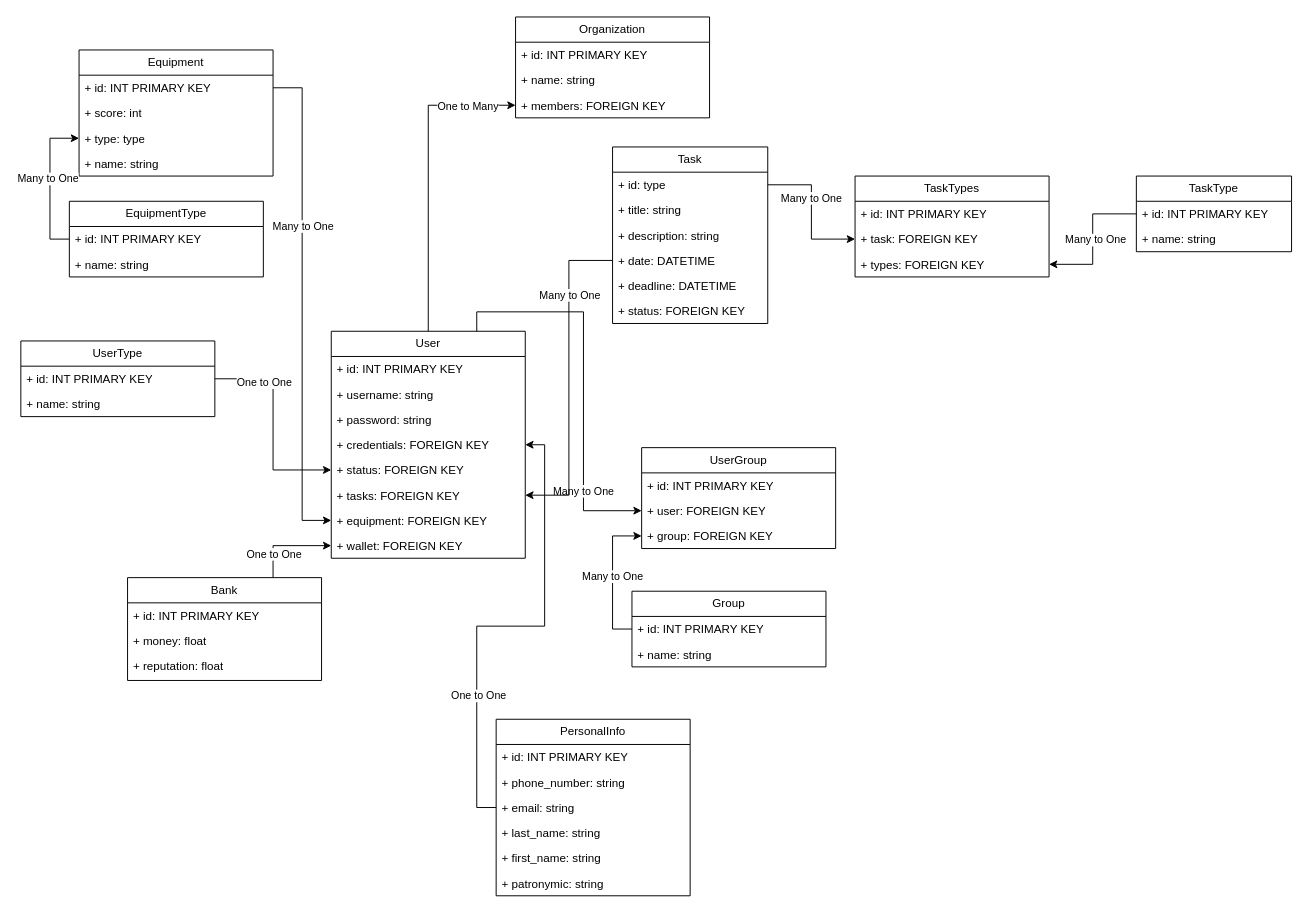
Before: LR1Diagram.drawio in NLShiro/BasedDannye, a draw.io diagram. Source tidied: cells renumbered, new cells numbered last; positions are measured from the earlier drawing's top-left corner, leaving out a move shared by most shapes. Both pictures are drawn from the tidied source at 97%, with x=0, y=0 at pixel (20, 16).
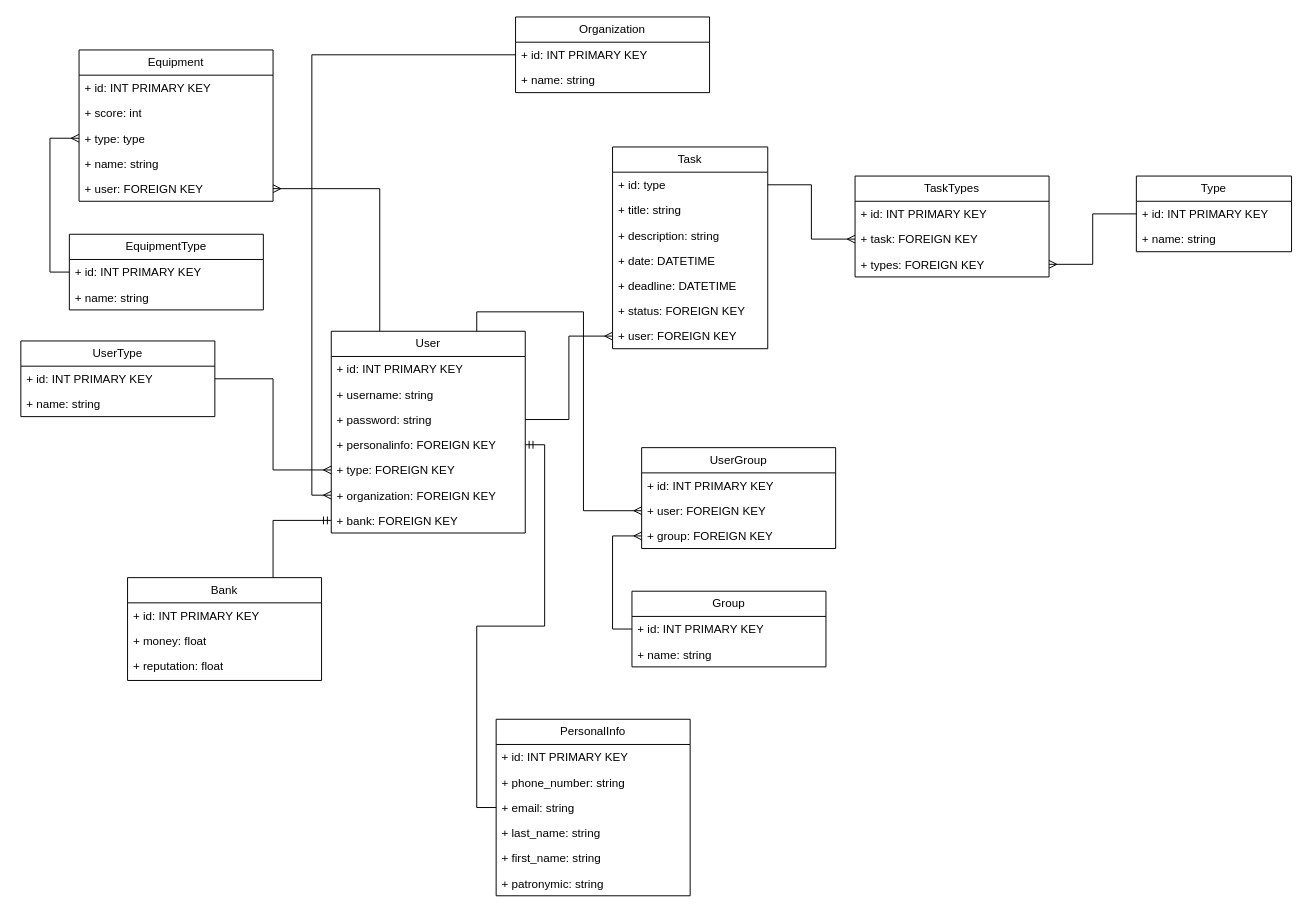
After the change.

The change refers to these unchanged cells:
```xml
<mxCell id="9" value="+ password: string" style="text;strokeColor=none;fillColor=none;align=left;verticalAlign=top;spacingLeft=4;spacingRight=4;overflow=hidden;points=[[0,0.5],[1,0.5]];portConstraint=eastwest;whiteSpace=wrap;html=1;" parent="6" vertex="1">
  <mxGeometry y="78" width="200" height="26" as="geometry" />
</mxCell>
<mxCell id="18" value="+ email: string" style="text;strokeColor=none;fillColor=none;align=left;verticalAlign=top;spacingLeft=4;spacingRight=4;overflow=hidden;points=[[0,0.5],[1,0.5]];portConstraint=eastwest;whiteSpace=wrap;html=1;" parent="15" vertex="1">
  <mxGeometry y="78" width="200" height="26" as="geometry" />
</mxCell>
<mxCell id="23" value="+ id: INT PRIMARY KEY" style="text;strokeColor=none;fillColor=none;align=left;verticalAlign=top;spacingLeft=4;spacingRight=4;overflow=hidden;points=[[0,0.5],[1,0.5]];portConstraint=eastwest;whiteSpace=wrap;html=1;" parent="22" vertex="1">
  <mxGeometry y="26" width="200" height="26" as="geometry" />
</mxCell>
<mxCell id="26" value="+ id: type" style="text;strokeColor=none;fillColor=none;align=left;verticalAlign=top;spacingLeft=4;spacingRight=4;overflow=hidden;points=[[0,0.5],[1,0.5]];portConstraint=eastwest;whiteSpace=wrap;html=1;" parent="25" vertex="1">
  <mxGeometry y="26" width="160" height="26" as="geometry" />
</mxCell>
<mxCell id="29" value="+ date: DATETIME" style="text;strokeColor=none;fillColor=none;align=left;verticalAlign=top;spacingLeft=4;spacingRight=4;overflow=hidden;points=[[0,0.5],[1,0.5]];portConstraint=eastwest;whiteSpace=wrap;html=1;" parent="25" vertex="1">
  <mxGeometry y="104" width="160" height="26" as="geometry" />
</mxCell>
<mxCell id="33" value="+ id: INT PRIMARY KEY" style="text;strokeColor=none;fillColor=none;align=left;verticalAlign=top;spacingLeft=4;spacingRight=4;overflow=hidden;points=[[0,0.5],[1,0.5]];portConstraint=eastwest;whiteSpace=wrap;html=1;" parent="32" vertex="1">
  <mxGeometry y="26" width="160" height="26" as="geometry" />
</mxCell>
<mxCell id="36" value="+ id: INT PRIMARY KEY" style="text;strokeColor=none;fillColor=none;align=left;verticalAlign=top;spacingLeft=4;spacingRight=4;overflow=hidden;points=[[0,0.5],[1,0.5]];portConstraint=eastwest;whiteSpace=wrap;html=1;" parent="35" vertex="1">
  <mxGeometry y="26" width="200" height="26" as="geometry" />
</mxCell>
<mxCell id="38" value="+ type: type" style="text;strokeColor=none;fillColor=none;align=left;verticalAlign=top;spacingLeft=4;spacingRight=4;overflow=hidden;points=[[0,0.5],[1,0.5]];portConstraint=eastwest;whiteSpace=wrap;html=1;" parent="35" vertex="1">
  <mxGeometry y="78" width="200" height="26" as="geometry" />
</mxCell>
<mxCell id="42" value="+ user: FOREIGN KEY" style="text;strokeColor=none;fillColor=none;align=left;verticalAlign=top;spacingLeft=4;spacingRight=4;overflow=hidden;points=[[0,0.5],[1,0.5]];portConstraint=eastwest;whiteSpace=wrap;html=1;" parent="40" vertex="1">
  <mxGeometry y="52" width="200" height="26" as="geometry" />
</mxCell>
<mxCell id="43" value="+ group: FOREIGN KEY" style="text;strokeColor=none;fillColor=none;align=left;verticalAlign=top;spacingLeft=4;spacingRight=4;overflow=hidden;points=[[0,0.5],[1,0.5]];portConstraint=eastwest;whiteSpace=wrap;html=1;" parent="40" vertex="1">
  <mxGeometry y="78" width="200" height="26" as="geometry" />
</mxCell>
<mxCell id="45" value="+ id: INT PRIMARY KEY" style="text;strokeColor=none;fillColor=none;align=left;verticalAlign=top;spacingLeft=4;spacingRight=4;overflow=hidden;points=[[0,0.5],[1,0.5]];portConstraint=eastwest;whiteSpace=wrap;html=1;" parent="44" vertex="1">
  <mxGeometry y="26" width="200" height="26" as="geometry" />
</mxCell>
<mxCell id="48" value="+ id: INT PRIMARY KEY" style="text;strokeColor=none;fillColor=none;align=left;verticalAlign=top;spacingLeft=4;spacingRight=4;overflow=hidden;points=[[0,0.5],[1,0.5]];portConstraint=eastwest;whiteSpace=wrap;html=1;" parent="47" vertex="1">
  <mxGeometry y="26" width="200" height="26" as="geometry" />
</mxCell>
<mxCell id="53" value="Bank" style="swimlane;fontStyle=0;horizontal=1;startSize=26;fillColor=none;whiteSpace=wrap;html=1;" parent="1" vertex="1">
  <mxGeometry x="110" y="578" width="200" height="106" as="geometry" />
</mxCell>
<mxCell id="58" value="+ id: INT PRIMARY KEY" style="text;strokeColor=none;fillColor=none;align=left;verticalAlign=top;spacingLeft=4;spacingRight=4;overflow=hidden;points=[[0,0.5],[1,0.5]];portConstraint=eastwest;whiteSpace=wrap;html=1;" parent="57" vertex="1">
  <mxGeometry y="26" width="200" height="26" as="geometry" />
</mxCell>
<mxCell id="74" value="+ task: FOREIGN KEY" style="text;strokeColor=none;fillColor=none;align=left;verticalAlign=top;spacingLeft=4;spacingRight=4;overflow=hidden;points=[[0,0.5],[1,0.5]];portConstraint=eastwest;whiteSpace=wrap;html=1;" parent="72" vertex="1">
  <mxGeometry y="52" width="200" height="26" as="geometry" />
</mxCell>
<mxCell id="75" value="+ types: FOREIGN KEY" style="text;strokeColor=none;fillColor=none;align=left;verticalAlign=top;spacingLeft=4;spacingRight=4;overflow=hidden;points=[[0,0.5],[1,0.5]];portConstraint=eastwest;whiteSpace=wrap;html=1;" parent="72" vertex="1">
  <mxGeometry y="78" width="200" height="26" as="geometry" />
</mxCell>
```

What changed in the source:
```diff
@@
-    <mxCell id="2" style="edgeStyle=orthogonalEdgeStyle;rounded=0;jettySize=auto;html=1;exitX=0.75;exitY=0;exitDx=0;exitDy=0;entryX=0;entryY=0.5;entryDx=0;entryDy=0;" parent="1" edge="1" source="6" target="42">
+    <mxCell id="2" style="edgeStyle=orthogonalEdgeStyle;rounded=0;jettySize=auto;html=1;exitX=0.75;exitY=0;exitDx=0;exitDy=0;entryX=0;entryY=0.5;entryDx=0;entryDy=0;endArrow=ERmany;endFill=0;" parent="1" edge="1" source="6" target="42">
       <mxGeometry relative="1" as="geometry" />
     </mxCell>
-    <mxCell id="3" value="Many to One" style="edgeLabel;html=1;align=center;verticalAlign=middle;" parent="2" vertex="1">
-      <mxGeometry x="0.59" y="-1" relative="1" as="geometry" />
-    </mxCell>
-    <mxCell id="4" style="edgeStyle=orthogonalEdgeStyle;rounded=0;jettySize=auto;html=1;exitX=0.5;exitY=0;exitDx=0;exitDy=0;entryX=0;entryY=0.5;entryDx=0;entryDy=0;" parent="1" edge="1" source="6" target="50">
-      <mxGeometry relative="1" as="geometry" />
-    </mxCell>
-    <mxCell id="5" value="One to Many" style="edgeLabel;html=1;align=center;verticalAlign=middle;" parent="4" vertex="1">
-      <mxGeometry x="0.69" relative="1" as="geometry" />
-    </mxCell>
+    <mxCell id="80" style="edgeStyle=orthogonalEdgeStyle;rounded=0;jettySize=auto;html=1;exitX=0.25;exitY=0;exitDx=0;exitDy=0;entryX=1;entryY=0.5;entryDx=0;entryDy=0;endArrow=ERmany;endFill=0;" parent="1" edge="1" source="6" target="13">
+      <mxGeometry relative="1" as="geometry" />
+    </mxCell>
     <mxCell id="6" value="User" style="swimlane;fontStyle=0;horizontal=1;startSize=26;fillColor=none;whiteSpace=wrap;html=1;" parent="1" vertex="1">
-      <mxGeometry x="320" y="324" width="200" height="234" as="geometry" />
+      <mxGeometry x="320" y="324" width="200" height="208" as="geometry" />
     </mxCell>
@@
-    <mxCell id="10" value="+ credentials: FOREIGN KEY" style="text;strokeColor=none;fillColor=none;align=left;verticalAlign=top;spacingLeft=4;spacingRight=4;overflow=hidden;points=[[0,0.5],[1,0.5]];portConstraint=eastwest;whiteSpace=wrap;html=1;" parent="6" vertex="1">
+    <mxCell id="10" value="+ personalinfo: FOREIGN KEY" style="text;strokeColor=none;fillColor=none;align=left;verticalAlign=top;spacingLeft=4;spacingRight=4;overflow=hidden;points=[[0,0.5],[1,0.5]];portConstraint=eastwest;whiteSpace=wrap;html=1;" parent="6" vertex="1">
       <mxGeometry y="104" width="200" height="26" as="geometry" />
     </mxCell>
-    <mxCell id="11" value="+ status: FOREIGN KEY" style="text;strokeColor=none;fillColor=none;align=left;verticalAlign=top;spacingLeft=4;spacingRight=4;overflow=hidden;points=[[0,0.5],[1,0.5]];portConstraint=eastwest;whiteSpace=wrap;html=1;" parent="6" vertex="1">
+    <mxCell id="11" value="+ type: FOREIGN KEY" style="text;strokeColor=none;fillColor=none;align=left;verticalAlign=top;spacingLeft=4;spacingRight=4;overflow=hidden;points=[[0,0.5],[1,0.5]];portConstraint=eastwest;whiteSpace=wrap;html=1;" parent="6" vertex="1">
       <mxGeometry y="130" width="200" height="26" as="geometry" />
     </mxCell>
-    <mxCell id="12" value="+ tasks: FOREIGN KEY" style="text;strokeColor=none;fillColor=none;align=left;verticalAlign=top;spacingLeft=4;spacingRight=4;overflow=hidden;points=[[0,0.5],[1,0.5]];portConstraint=eastwest;whiteSpace=wrap;html=1;" parent="6" vertex="1">
-      <mxGeometry y="156" width="200" height="26" as="geometry" />
-    </mxCell>
-    <mxCell id="13" value="+ equipment: FOREIGN KEY" style="text;strokeColor=none;fillColor=none;align=left;verticalAlign=top;spacingLeft=4;spacingRight=4;overflow=hidden;points=[[0,0.5],[1,0.5]];portConstraint=eastwest;whiteSpace=wrap;html=1;" parent="6" vertex="1">
-      <mxGeometry y="182" width="200" height="26" as="geometry" />
-    </mxCell>
+    <mxCell id="50" value="+ organization: FOREIGN KEY" style="text;strokeColor=none;fillColor=none;align=left;verticalAlign=top;spacingLeft=4;spacingRight=4;overflow=hidden;points=[[0,0.5],[1,0.5]];portConstraint=eastwest;whiteSpace=wrap;html=1;" parent="6" vertex="1">
+      <mxGeometry y="156" width="200" height="26" as="geometry" />
+    </mxCell>
-    <mxCell id="14" value="+ wallet: FOREIGN KEY" style="text;strokeColor=none;fillColor=none;align=left;verticalAlign=top;spacingLeft=4;spacingRight=4;overflow=hidden;points=[[0,0.5],[1,0.5]];portConstraint=eastwest;whiteSpace=wrap;html=1;" parent="6" vertex="1">
-      <mxGeometry y="208" width="200" height="26" as="geometry" />
+    <mxCell id="14" value="+ bank: FOREIGN KEY" style="text;strokeColor=none;fillColor=none;align=left;verticalAlign=top;spacingLeft=4;spacingRight=4;overflow=hidden;points=[[0,0.5],[1,0.5]];portConstraint=eastwest;whiteSpace=wrap;html=1;" parent="6" vertex="1">
+      <mxGeometry y="182" width="200" height="26" as="geometry" />
     </mxCell>
@@
     <mxCell id="25" value="Task" style="swimlane;fontStyle=0;horizontal=1;startSize=26;fillColor=none;whiteSpace=wrap;html=1;" parent="1" vertex="1">
-      <mxGeometry x="610" y="134" width="160" height="182" as="geometry" />
+      <mxGeometry x="610" y="134" width="160" height="208" as="geometry" />
     </mxCell>
@@
+    <mxCell id="12" value="+ user: FOREIGN KEY" style="text;strokeColor=none;fillColor=none;align=left;verticalAlign=top;spacingLeft=4;spacingRight=4;overflow=hidden;points=[[0,0.5],[1,0.5]];portConstraint=eastwest;whiteSpace=wrap;html=1;" parent="25" vertex="1">
+      <mxGeometry y="182" width="160" height="26" as="geometry" />
+    </mxCell>
-    <mxCell id="32" value="TaskType" style="swimlane;fontStyle=0;horizontal=1;startSize=26;fillColor=none;whiteSpace=wrap;html=1;" parent="1" vertex="1">
+    <mxCell id="32" value="Type" style="swimlane;fontStyle=0;horizontal=1;startSize=26;fillColor=none;whiteSpace=wrap;html=1;" parent="1" vertex="1">
       <mxGeometry x="1150" y="164" width="160" height="78" as="geometry" />
     </mxCell>
@@
     <mxCell id="35" value="Equipment" style="swimlane;fontStyle=0;horizontal=1;startSize=26;fillColor=none;whiteSpace=wrap;html=1;" parent="1" vertex="1">
-      <mxGeometry x="60" y="34" width="200" height="130" as="geometry" />
+      <mxGeometry x="60" y="34" width="200" height="156" as="geometry" />
     </mxCell>
@@
+    <mxCell id="13" value="+ user: FOREIGN KEY" style="text;strokeColor=none;fillColor=none;align=left;verticalAlign=top;spacingLeft=4;spacingRight=4;overflow=hidden;points=[[0,0.5],[1,0.5]];portConstraint=eastwest;whiteSpace=wrap;html=1;" parent="35" vertex="1">
+      <mxGeometry y="130" width="200" height="26" as="geometry" />
+    </mxCell>
@@
     <mxCell id="47" value="Organization" style="swimlane;fontStyle=0;horizontal=1;startSize=26;fillColor=none;whiteSpace=wrap;html=1;" parent="1" vertex="1">
-      <mxGeometry x="510" width="200" height="104" as="geometry" />
+      <mxGeometry x="510" width="200" height="78" as="geometry" />
     </mxCell>
@@
-    <mxCell id="50" value="+ members: FOREIGN KEY" style="text;strokeColor=none;fillColor=none;align=left;verticalAlign=top;spacingLeft=4;spacingRight=4;overflow=hidden;points=[[0,0.5],[1,0.5]];portConstraint=eastwest;whiteSpace=wrap;html=1;" parent="47" vertex="1">
-      <mxGeometry y="78" width="200" height="26" as="geometry" />
-    </mxCell>
-    <mxCell id="51" style="edgeStyle=orthogonalEdgeStyle;rounded=0;jettySize=auto;html=1;exitX=0.75;exitY=0;exitDx=0;exitDy=0;entryX=0;entryY=0.5;entryDx=0;entryDy=0;" parent="1" edge="1" source="53" target="14">
+    <mxCell id="51" style="edgeStyle=orthogonalEdgeStyle;rounded=0;jettySize=auto;html=1;exitX=0.75;exitY=0;exitDx=0;exitDy=0;entryX=0;entryY=0.5;entryDx=0;entryDy=0;endArrow=ERmandOne;endFill=0;" parent="1" edge="1" source="53" target="14">
       <mxGeometry relative="1" as="geometry" />
     </mxCell>
-    <mxCell id="52" value="One to One" style="edgeLabel;html=1;align=center;verticalAlign=middle;" parent="51" vertex="1">
-      <mxGeometry x="-0.47" relative="1" as="geometry" />
-    </mxCell>
@@
     <mxCell id="57" value="EquipmentType" style="swimlane;fontStyle=0;horizontal=1;startSize=26;fillColor=none;whiteSpace=wrap;html=1;" parent="1" vertex="1">
-      <mxGeometry x="50" y="190" width="200" height="78" as="geometry" />
+      <mxGeometry x="50" y="224" width="200" height="78" as="geometry" />
     </mxCell>
@@
-    <mxCell id="60" style="edgeStyle=orthogonalEdgeStyle;rounded=0;jettySize=auto;html=1;exitX=1;exitY=0.5;exitDx=0;exitDy=0;entryX=0;entryY=0.5;entryDx=0;entryDy=0;" parent="1" edge="1" source="23" target="11">
+    <mxCell id="60" style="edgeStyle=orthogonalEdgeStyle;rounded=0;jettySize=auto;html=1;exitX=1;exitY=0.5;exitDx=0;exitDy=0;entryX=0;entryY=0.5;entryDx=0;entryDy=0;endArrow=ERmany;endFill=0;" parent="1" edge="1" source="23" target="11">
       <mxGeometry relative="1" as="geometry" />
     </mxCell>
-    <mxCell id="61" value="One to One" style="edgeLabel;html=1;align=center;verticalAlign=middle;" parent="60" vertex="1">
-      <mxGeometry x="-0.68" y="-3" relative="1" as="geometry">
-        <mxPoint x="16" as="offset" />
-      </mxGeometry>
-    </mxCell>
-    <mxCell id="62" style="edgeStyle=orthogonalEdgeStyle;rounded=0;jettySize=auto;html=1;exitX=0;exitY=0.5;exitDx=0;exitDy=0;entryX=1;entryY=0.5;entryDx=0;entryDy=0;" parent="1" edge="1" source="29" target="12">
-      <mxGeometry relative="1" as="geometry" />
-    </mxCell>
-    <mxCell id="63" value="Many to One" style="edgeLabel;html=1;align=center;verticalAlign=middle;" parent="62" vertex="1">
-      <mxGeometry x="-0.52" relative="1" as="geometry" />
-    </mxCell>
-    <mxCell id="64" style="edgeStyle=orthogonalEdgeStyle;rounded=0;jettySize=auto;html=1;exitX=0;exitY=0.5;exitDx=0;exitDy=0;entryX=1;entryY=0.5;entryDx=0;entryDy=0;" parent="1" edge="1" source="18" target="10">
+    <mxCell id="64" style="edgeStyle=orthogonalEdgeStyle;rounded=0;jettySize=auto;html=1;exitX=0;exitY=0.5;exitDx=0;exitDy=0;entryX=1;entryY=0.5;entryDx=0;entryDy=0;endArrow=ERmandOne;endFill=0;" parent="1" edge="1" source="18" target="10">
       <mxGeometry relative="1" as="geometry" />
     </mxCell>
-    <mxCell id="65" value="One to One" style="edgeLabel;html=1;align=center;verticalAlign=middle;" parent="64" vertex="1">
-      <mxGeometry x="-0.44" y="-1" relative="1" as="geometry" />
-    </mxCell>
-    <mxCell id="66" style="edgeStyle=orthogonalEdgeStyle;rounded=0;jettySize=auto;html=1;exitX=0;exitY=0.5;exitDx=0;exitDy=0;entryX=0;entryY=0.5;entryDx=0;entryDy=0;" parent="1" edge="1" source="45" target="43">
+    <mxCell id="66" style="edgeStyle=orthogonalEdgeStyle;rounded=0;jettySize=auto;html=1;exitX=0;exitY=0.5;exitDx=0;exitDy=0;entryX=0;entryY=0.5;entryDx=0;entryDy=0;endArrow=ERmany;endFill=0;" parent="1" edge="1" source="45" target="43">
       <mxGeometry relative="1" as="geometry" />
     </mxCell>
-    <mxCell id="67" value="Many to One" style="edgeLabel;html=1;align=center;verticalAlign=middle;" parent="66" vertex="1">
-      <mxGeometry x="0.03" y="1" relative="1" as="geometry" />
-    </mxCell>
-    <mxCell id="68" style="edgeStyle=orthogonalEdgeStyle;rounded=0;jettySize=auto;html=1;exitX=1;exitY=0.5;exitDx=0;exitDy=0;entryX=0;entryY=0.5;entryDx=0;entryDy=0;" parent="1" edge="1" source="36" target="13">
-      <mxGeometry relative="1" as="geometry" />
-    </mxCell>
-    <mxCell id="69" value="Many to One" style="edgeLabel;html=1;align=center;verticalAlign=middle;" parent="68" vertex="1">
-      <mxGeometry x="-0.32" relative="1" as="geometry" />
-    </mxCell>
-    <mxCell id="70" style="edgeStyle=orthogonalEdgeStyle;rounded=0;jettySize=auto;html=1;exitX=0;exitY=0.5;exitDx=0;exitDy=0;entryX=0;entryY=0.5;entryDx=0;entryDy=0;verticalAlign=middle;" parent="1" edge="1" source="58" target="38">
+    <mxCell id="70" style="edgeStyle=orthogonalEdgeStyle;rounded=0;jettySize=auto;html=1;exitX=0;exitY=0.5;exitDx=0;exitDy=0;entryX=0;entryY=0.5;entryDx=0;entryDy=0;verticalAlign=middle;endArrow=ERmany;endFill=0;" parent="1" edge="1" source="58" target="38">
       <mxGeometry relative="1" as="geometry" />
     </mxCell>
-    <mxCell id="71" value="Many to One" style="edgeLabel;html=1;align=center;verticalAlign=middle;" parent="70" vertex="1">
-      <mxGeometry x="0.11" y="3" relative="1" as="geometry">
-        <mxPoint y="2" as="offset" />
-      </mxGeometry>
-    </mxCell>
@@
-    <mxCell id="76" style="edgeStyle=orthogonalEdgeStyle;rounded=0;jettySize=auto;html=1;exitX=0;exitY=0.5;exitDx=0;exitDy=0;entryX=1;entryY=0.5;entryDx=0;entryDy=0;" parent="1" edge="1" source="33" target="75">
+    <mxCell id="76" style="edgeStyle=orthogonalEdgeStyle;rounded=0;jettySize=auto;html=1;exitX=0;exitY=0.5;exitDx=0;exitDy=0;entryX=1;entryY=0.5;entryDx=0;entryDy=0;endArrow=ERmany;endFill=0;" parent="1" edge="1" source="33" target="75">
       <mxGeometry relative="1" as="geometry" />
     </mxCell>
-    <mxCell id="77" value="Many to One" style="edgeLabel;html=1;align=center;verticalAlign=middle;" parent="76" vertex="1">
-      <mxGeometry y="2" relative="1" as="geometry" />
-    </mxCell>
-    <mxCell id="78" style="edgeStyle=orthogonalEdgeStyle;rounded=0;jettySize=auto;html=1;exitX=1;exitY=0.5;exitDx=0;exitDy=0;entryX=0;entryY=0.5;entryDx=0;entryDy=0;" parent="1" edge="1" source="26" target="74">
+    <mxCell id="78" style="edgeStyle=orthogonalEdgeStyle;rounded=0;jettySize=auto;html=1;exitX=1;exitY=0.5;exitDx=0;exitDy=0;entryX=0;entryY=0.5;entryDx=0;entryDy=0;endArrow=ERmany;endFill=0;" parent="1" edge="1" source="26" target="74">
       <mxGeometry relative="1" as="geometry" />
     </mxCell>
-    <mxCell id="79" value="Many to One" style="edgeLabel;html=1;align=center;verticalAlign=middle;" parent="78" vertex="1">
-      <mxGeometry x="-0.2" y="-1" relative="1" as="geometry" />
-    </mxCell>
+    <mxCell id="81" style="edgeStyle=orthogonalEdgeStyle;rounded=0;jettySize=auto;html=1;exitX=1;exitY=0.5;exitDx=0;exitDy=0;entryX=0;entryY=0.5;entryDx=0;entryDy=0;endArrow=ERmany;endFill=0;" parent="1" edge="1" source="9" target="12">
+      <mxGeometry relative="1" as="geometry" />
+    </mxCell>
+    <mxCell id="82" style="edgeStyle=orthogonalEdgeStyle;rounded=0;jettySize=auto;html=1;exitX=0;exitY=0.5;exitDx=0;exitDy=0;entryX=0;entryY=0.5;entryDx=0;entryDy=0;endArrow=ERmany;endFill=0;" parent="1" edge="1" source="48" target="50">
+      <mxGeometry relative="1" as="geometry" />
+    </mxCell>
```
